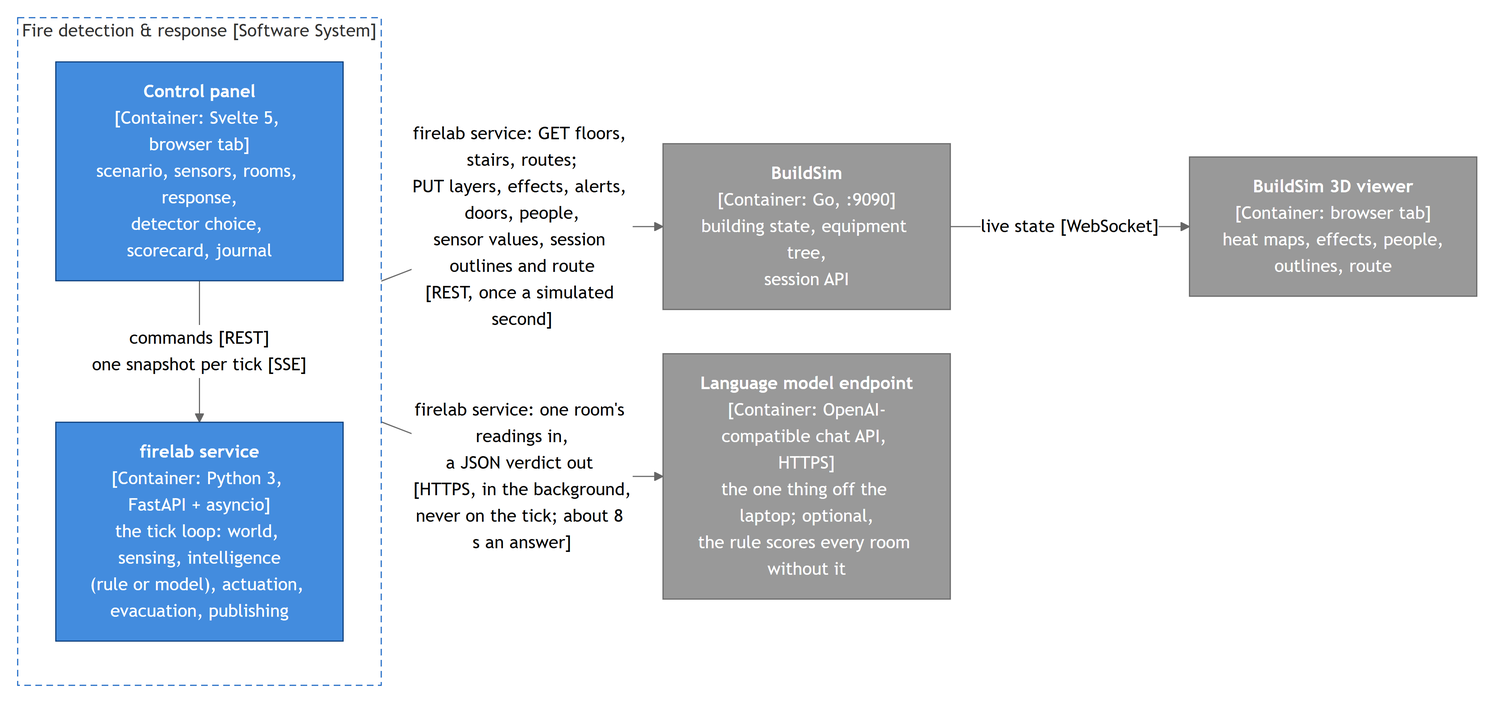
This is firelab/Embedded_Intelligence_at_the_edge_Project_Proposal/images/container.png from Ekpenyong-Esu/BuildSim-FireDetection, a Mermaid export, as it was before one commit. Its source is kept beside it as firelab/Embedded_Intelligence_at_the_edge_Project_Proposal/images/container.mmd.
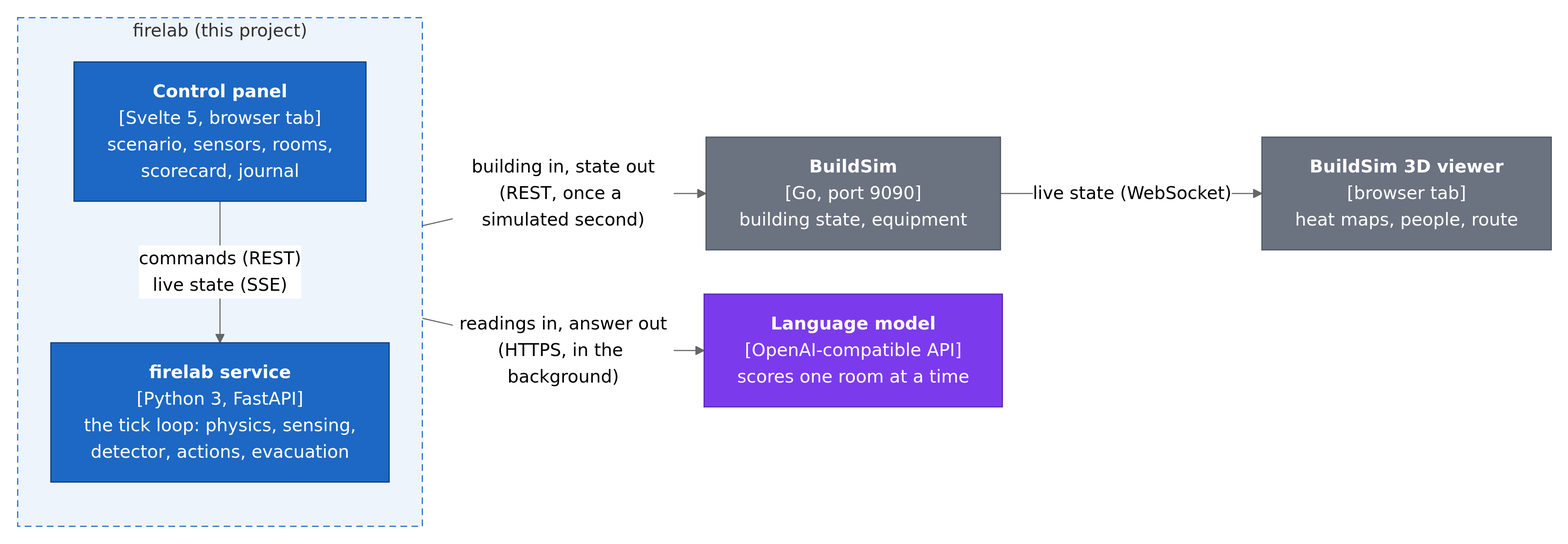
After the commit.

Diff of the diagram source:
```diff
@@ -1,18 +1,21 @@
+%%{init: {"flowchart": {"wrappingWidth": 320}}}%%
 flowchart LR
-  subgraph SYS["Fire detection &amp; response [Software System]"]
+  subgraph SYS["firelab (this project)"]
     direction TB
-    UI["<b>Control panel</b><br/>[Container: Svelte 5, browser tab]<br/>scenario, sensors, rooms, response,<br/>detector choice, scorecard, journal"]
-    SVC["<b>firelab service</b><br/>[Container: Python 3, FastAPI + asyncio]<br/>the tick loop: world, sensing, intelligence<br/>(rule or model), actuation, evacuation, publishing"]
-    UI -- "commands [REST]<br/>one snapshot per tick [SSE]" --> SVC
+    UI["<b>Control panel</b><br/>[Svelte 5, browser tab]<br/>scenario, sensors, rooms,<br/>scorecard, journal"]
+    SVC["<b>firelab service</b><br/>[Python 3, FastAPI]<br/>the tick loop: physics, sensing,<br/>detector, actions, evacuation"]
+    UI -- "commands (REST)<br/>live state (SSE)" --> SVC
   end
-  BS["<b>BuildSim</b><br/>[Container: Go, :9090]<br/>building state, equipment tree,<br/>session API"]
-  VIEWER["<b>BuildSim 3D viewer</b><br/>[Container: browser tab]<br/>heat maps, effects, people,<br/>outlines, route"]
-  LLM["<b>Language model endpoint</b><br/>[Container: OpenAI-compatible chat API, HTTPS]<br/>the one thing off the laptop; optional,<br/>the rule scores every room without it"]
-  SYS -- "firelab service: GET floors, stairs, routes;<br/>PUT layers, effects, alerts, doors, people,<br/>sensor values, session outlines and route<br/>[REST, once a simulated second]" --> BS
-  SYS -- "firelab service: one room's readings in,<br/>a JSON verdict out [HTTPS, in the background,<br/>never on the tick; about 8 s an answer]" --> LLM
-  BS -- "live state [WebSocket]" --> VIEWER
-  classDef cont fill:#438cde,stroke:#0b3d7a,color:#ffffff
-  classDef ext fill:#999999,stroke:#666666,color:#ffffff
+  BS["<b>BuildSim</b><br/>[Go, port 9090]<br/>building state, equipment"]
+  VIEWER["<b>BuildSim 3D viewer</b><br/>[browser tab]<br/>heat maps, people, route"]
+  LLM["<b>Language model</b><br/>[OpenAI-compatible API]<br/>scores one room at a time"]
+  SYS -- "building in, state out<br/>(REST, once a simulated second)" --> BS
+  SYS -- "readings in, answer out<br/>(HTTPS, in the background)" --> LLM
+  BS -- "live state (WebSocket)" --> VIEWER
+  classDef cont fill:#1c68c4,stroke:#0b3d7a,color:#ffffff
+  classDef ext fill:#6b7280,stroke:#4b5563,color:#ffffff
+  classDef model fill:#7c3aed,stroke:#5b21b6,color:#ffffff
   class UI,SVC cont
-  class VIEWER,BS,LLM ext
-  style SYS fill:#ffffff,stroke:#1c68c4,stroke-dasharray:6 4
+  class BS,VIEWER ext
+  class LLM model
+  style SYS fill:#eef4fc,stroke:#1c68c4,stroke-dasharray:6 4
```
